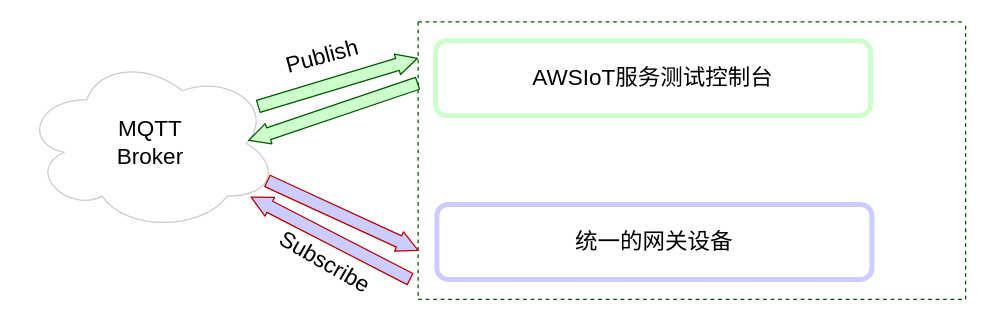
Earlier version of the draw.io diagram p4.drawio (zlhzht/gateway). Source tidied: cells renumbered, new cells numbered last; positions are measured from the earlier drawing's top-left corner, leaving out a move shared by most shapes. Both pictures are drawn from the tidied source at 125%, with x=0, y=0 at pixel (22, 21).
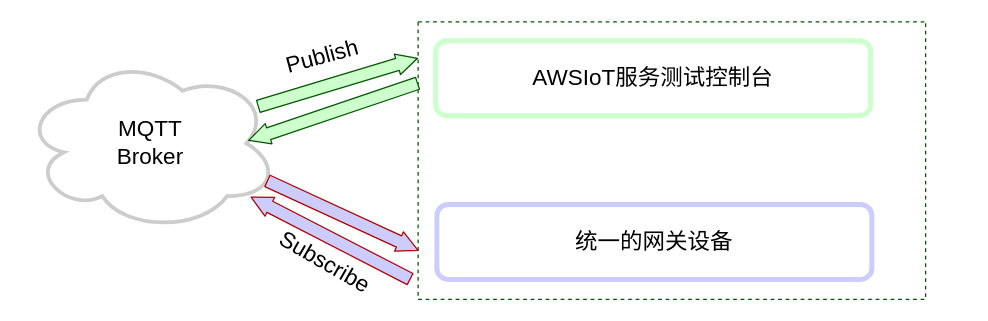
Above is the later version.

Diff of the diagram source:
```diff
@@
 <mxGraphModel>
   <root>
     <mxCell id="0" />
     <mxCell id="1" parent="0" />
     <mxCell id="2" style="swimlane;startSize=0;dashed=1;fillColor=#008a00;strokeColor=#005700;fontColor=#ffffff;" parent="1" vertex="1">
-      <mxGeometry x="316" width="438" height="222" as="geometry" />
+      <mxGeometry x="316" width="406" height="222" as="geometry" />
     </mxCell>
     <mxCell id="3" value="&lt;font style=&quot;font-size: 18px&quot;&gt;AWSIoT服务测试控制台&lt;/font&gt;" style="rounded=1;whiteSpace=wrap;html=1;strokeWidth=4;strokeColor=#CCFFCC;" parent="2" vertex="1">
       <mxGeometry x="14" y="15" width="348" height="60" as="geometry" />
     </mxCell>
-    <mxCell id="4" value="&lt;font style=&quot;font-size: 18px&quot;&gt;MQTT&lt;br&gt;Broker&lt;/font&gt;" style="ellipse;shape=cloud;whiteSpace=wrap;html=1;strokeColor=#CCCCCC;" parent="1" vertex="1">
+    <mxCell id="4" value="&lt;font style=&quot;font-size: 18px&quot;&gt;MQTT&lt;br&gt;Broker&lt;/font&gt;" style="ellipse;shape=cloud;whiteSpace=wrap;html=1;strokeColor=#CCCCCC;strokeWidth=3;fillColor=#FFFFFF;" parent="1" vertex="1">
       <mxGeometry y="27" width="204" height="140.5" as="geometry" />
     </mxCell>
     <mxCell id="5" style="shape=flexArrow;endArrow=classic;html=1;endWidth=6;endSize=5.26;entryX=0.001;entryY=0.824;entryDx=0;entryDy=0;entryPerimeter=0;strokeColor=#B20000;fillColor=#CCCCFF;" parent="1" edge="1" target="2">
       <mxGeometry relative="1" as="geometry">
         <mxPoint x="195" y="127" as="sourcePoint" />
       </mxGeometry>
     </mxCell>
     <mxCell id="6" style="shape=flexArrow;endArrow=classic;html=1;endWidth=6;endSize=5.26;strokeColor=#005700;fillColor=#CCFFCC;" parent="1" edge="1">
       <mxGeometry relative="1" as="geometry">
         <mxPoint x="316" y="49" as="sourcePoint" />
         <mxPoint x="180" y="95" as="targetPoint" />
       </mxGeometry>
     </mxCell>
     <mxCell id="7" style="shape=flexArrow;endArrow=classic;html=1;endWidth=6;endSize=5.26;strokeColor=#B20000;fillColor=#CCCCFF;" parent="1" edge="1">
       <mxGeometry relative="1" as="geometry">
         <mxPoint x="310" y="206" as="sourcePoint" />
         <mxPoint x="182" y="140" as="targetPoint" />
       </mxGeometry>
     </mxCell>
     <mxCell id="8" value="&lt;font style=&quot;font-size: 18px&quot;&gt;Subscribe&lt;/font&gt;" style="edgeLabel;html=1;align=center;verticalAlign=middle;rotation=30;" parent="7" vertex="1">
       <mxGeometry x="0.22" y="9" relative="1" as="geometry">
         <mxPoint x="13" y="18" as="offset" />
       </mxGeometry>
     </mxCell>
     <mxCell id="9" style="shape=flexArrow;endArrow=classic;html=1;endWidth=6;endSize=5.26;exitX=0.92;exitY=0.29;exitDx=0;exitDy=0;exitPerimeter=0;strokeColor=#005700;fillColor=#CCFFCC;" parent="1" edge="1" source="4">
       <mxGeometry relative="1" as="geometry">
         <mxPoint x="316" y="29" as="targetPoint" />
       </mxGeometry>
     </mxCell>
     <mxCell id="10" value="&lt;font style=&quot;font-size: 18px&quot;&gt;Publish&lt;/font&gt;" style="edgeLabel;html=1;align=center;verticalAlign=middle;rotation=-15;" parent="9" vertex="1">
       <mxGeometry x="-0.21" relative="1" as="geometry">
         <mxPoint y="-25" as="offset" />
       </mxGeometry>
     </mxCell>
     <mxCell id="11" value="&lt;span style=&quot;font-size: 18px&quot;&gt;统一的网关设备&lt;/span&gt;" style="rounded=1;whiteSpace=wrap;html=1;strokeWidth=4;strokeColor=#CCCCFF;" parent="1" vertex="1">
       <mxGeometry x="331" y="146" width="348" height="60" as="geometry" />
     </mxCell>
   </root>
 </mxGraphModel>
```
